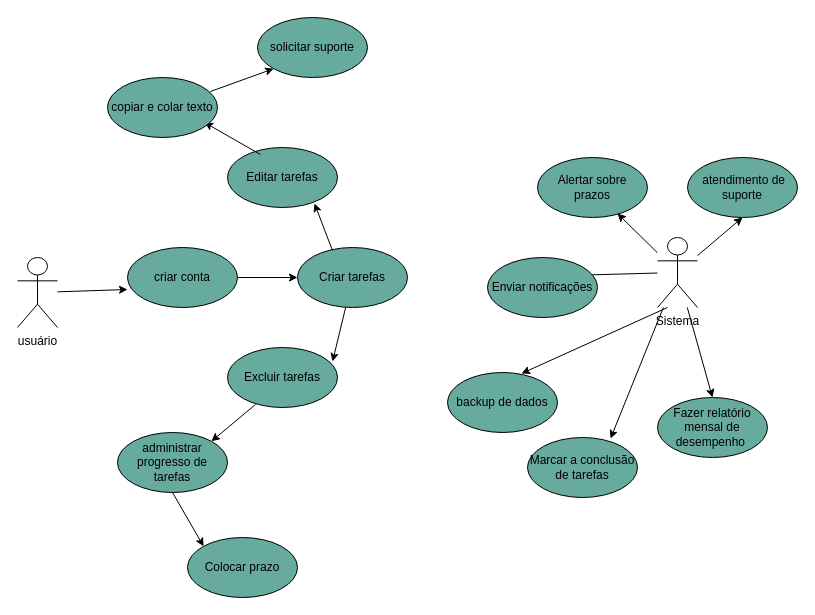
Earlier version of the draw.io diagram page "Página-1" (1 of 7) of Diagrama sem nome.drawio (neymarboliviano/diagrama-de-usos-tarefa). Source tidied: cells renumbered, new cells numbered last; positions are measured from the earlier drawing's top-left corner, leaving out a move shared by most shapes. Both pictures are drawn from the tidied source at 100%, with x=0, y=0 at pixel (17, 17).
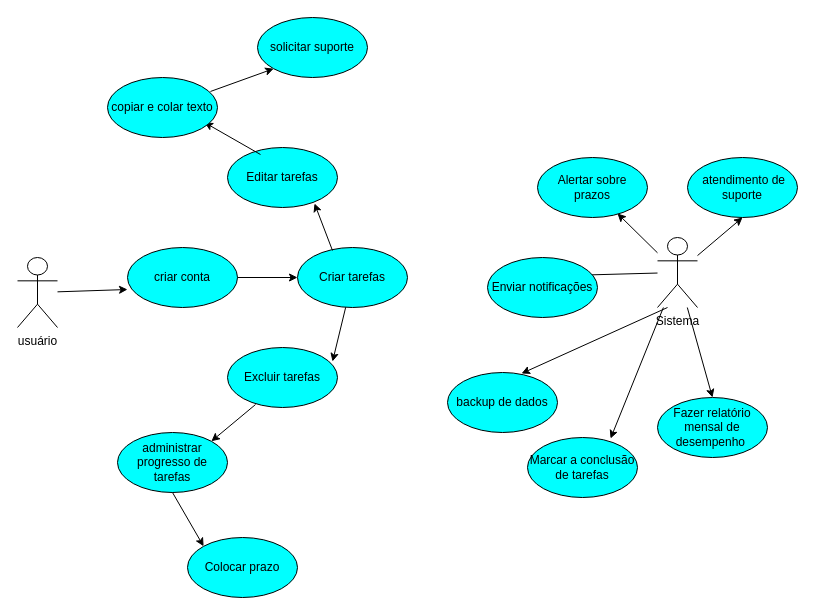
Above is the later version.

The edit, as a diff of the source:
```diff
@@
-    <mxCell id="2" value="criar conta" style="ellipse;whiteSpace=wrap;html=1;fillColor=light-dark(#67AB9F,var(--ge-dark-color, #121212));" parent="1" vertex="1">
+    <mxCell id="2" value="criar conta" style="ellipse;whiteSpace=wrap;html=1;fillColor=light-dark(#00FFFF,#000000);" parent="1" vertex="1">
       <mxGeometry x="110" y="230" width="110" height="60" as="geometry" />
     </mxCell>
-    <mxCell id="3" value="Excluir tarefas" style="ellipse;whiteSpace=wrap;html=1;fillColor=light-dark(#67AB9F,var(--ge-dark-color, #121212));" parent="1" vertex="1">
+    <mxCell id="3" value="Excluir tarefas" style="ellipse;whiteSpace=wrap;html=1;fillColor=light-dark(#00FFFF,#000000);" parent="1" vertex="1">
       <mxGeometry x="210" y="330" width="110" height="60" as="geometry" />
     </mxCell>
-    <mxCell id="4" value="&amp;nbsp;atendimento de suporte" style="ellipse;whiteSpace=wrap;html=1;fillColor=light-dark(#67AB9F,var(--ge-dark-color, #121212));" parent="1" vertex="1">
+    <mxCell id="4" value="&amp;nbsp;atendimento de suporte" style="ellipse;whiteSpace=wrap;html=1;fillColor=light-dark(#00FFFF,#000000);" parent="1" vertex="1">
       <mxGeometry x="670" y="140" width="110" height="60" as="geometry" />
     </mxCell>
-    <mxCell id="5" value="Marcar a conclusão de tarefas" style="ellipse;whiteSpace=wrap;html=1;fillColor=light-dark(#67AB9F,var(--ge-dark-color, #121212));" parent="1" vertex="1">
+    <mxCell id="5" value="Marcar a conclusão de tarefas" style="ellipse;whiteSpace=wrap;html=1;fillColor=light-dark(#00FFFF,#000000);" parent="1" vertex="1">
       <mxGeometry x="510" y="420" width="110" height="60" as="geometry" />
     </mxCell>
-    <mxCell id="6" value="backup de dados" style="ellipse;whiteSpace=wrap;html=1;fillColor=light-dark(#67AB9F,var(--ge-dark-color, #121212));" parent="1" vertex="1">
+    <mxCell id="6" value="backup de dados" style="ellipse;whiteSpace=wrap;html=1;fillColor=light-dark(#00FFFF,#000000);" parent="1" vertex="1">
       <mxGeometry x="430" y="355" width="110" height="60" as="geometry" />
     </mxCell>
-    <mxCell id="7" value="Editar tarefas" style="ellipse;whiteSpace=wrap;html=1;fillColor=light-dark(#67AB9F,var(--ge-dark-color, #121212));" parent="1" vertex="1">
+    <mxCell id="7" value="Editar tarefas" style="ellipse;whiteSpace=wrap;html=1;fillColor=light-dark(#00FFFF,#000000);" parent="1" vertex="1">
       <mxGeometry x="210" y="130" width="110" height="60" as="geometry" />
     </mxCell>
-    <mxCell id="8" value="Criar tarefas" style="ellipse;whiteSpace=wrap;html=1;fillColor=light-dark(#67AB9F,var(--ge-dark-color, #121212));" parent="1" vertex="1">
+    <mxCell id="8" value="Criar tarefas" style="ellipse;whiteSpace=wrap;html=1;fillColor=light-dark(#00FFFF,#000000);" parent="1" vertex="1">
       <mxGeometry x="280" y="230" width="110" height="60" as="geometry" />
     </mxCell>
@@
-    <mxCell id="22" value="Alertar sobre prazos" style="ellipse;whiteSpace=wrap;html=1;fillColor=light-dark(#67AB9F,var(--ge-dark-color, #121212));" parent="1" vertex="1">
+    <mxCell id="22" value="Alertar sobre prazos" style="ellipse;whiteSpace=wrap;html=1;fillColor=light-dark(#00FFFF,#000000);" parent="1" vertex="1">
       <mxGeometry x="520" y="140" width="110" height="60" as="geometry" />
     </mxCell>
-    <mxCell id="23" value="Enviar notificações" style="ellipse;whiteSpace=wrap;html=1;fillColor=light-dark(#67AB9F,var(--ge-dark-color, #121212));" parent="1" vertex="1">
+    <mxCell id="23" value="Enviar notificações" style="ellipse;whiteSpace=wrap;html=1;fillColor=light-dark(#00FFFF,#000000);" parent="1" vertex="1">
       <mxGeometry x="470" y="240" width="110" height="60" as="geometry" />
     </mxCell>
-    <mxCell id="24" value="administrar progresso de tarefas" style="ellipse;whiteSpace=wrap;html=1;fillColor=light-dark(#67AB9F,var(--ge-dark-color, #121212));" parent="1" vertex="1">
+    <mxCell id="24" value="administrar progresso de tarefas" style="ellipse;whiteSpace=wrap;html=1;fillColor=light-dark(#00FFFF,#000000);" parent="1" vertex="1">
       <mxGeometry x="100" y="415" width="110" height="60" as="geometry" />
     </mxCell>
-    <mxCell id="25" value="copiar e colar texto" style="ellipse;whiteSpace=wrap;html=1;fillColor=light-dark(#67AB9F,var(--ge-dark-color, #121212));" parent="1" vertex="1">
+    <mxCell id="25" value="copiar e colar texto" style="ellipse;whiteSpace=wrap;html=1;fillColor=light-dark(#00FFFF,#000000);" parent="1" vertex="1">
       <mxGeometry x="90" y="60" width="110" height="60" as="geometry" />
     </mxCell>
-    <mxCell id="26" value="Fazer relatório mensal de desempenho&amp;nbsp;" style="ellipse;whiteSpace=wrap;html=1;fillColor=light-dark(#67AB9F,var(--ge-dark-color, #121212));" parent="1" vertex="1">
+    <mxCell id="26" value="Fazer relatório mensal de desempenho&amp;nbsp;" style="ellipse;whiteSpace=wrap;html=1;fillColor=light-dark(#00FFFF,#000000);" parent="1" vertex="1">
       <mxGeometry x="640" y="380" width="110" height="60" as="geometry" />
     </mxCell>
@@
-    <mxCell id="28" value="solicitar suporte" style="ellipse;whiteSpace=wrap;html=1;fillColor=light-dark(#67AB9F,var(--ge-dark-color, #121212));" parent="1" vertex="1">
+    <mxCell id="28" value="solicitar suporte" style="ellipse;whiteSpace=wrap;html=1;fillColor=light-dark(#00FFFF,#000000);" parent="1" vertex="1">
       <mxGeometry x="240" width="110" height="60" as="geometry" />
     </mxCell>
@@
-    <mxCell id="30" value="Colocar prazo" style="ellipse;whiteSpace=wrap;html=1;fillColor=light-dark(#67AB9F,var(--ge-dark-color, #121212));" parent="1" vertex="1">
+    <mxCell id="30" value="Colocar prazo" style="ellipse;whiteSpace=wrap;html=1;fillColor=light-dark(#00FFFF,var(--ge-dark-color, #121212));" parent="1" vertex="1">
       <mxGeometry x="170" y="520" width="110" height="60" as="geometry" />
     </mxCell>
```
